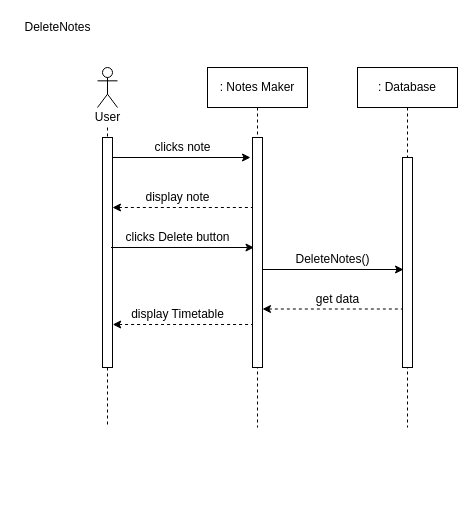
Earlier version of the draw.io diagram page "Page-4" (4 of 5) of NotesMaker.drawio (FaizAnuar/ashisu). Source tidied: cells renumbered, new cells numbered last; positions are measured from the earlier drawing's top-left corner, leaving out a move shared by most shapes. Both pictures are drawn from the tidied source at 100%, with x=0, y=0 at pixel (17, 17).
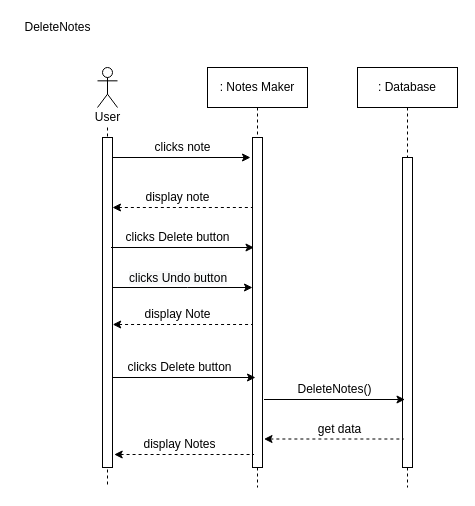
After the change.

The change refers to these unchanged cells:
```xml
<mxCell id="4" value=": Notes Maker" style="rounded=0;whiteSpace=wrap;html=1;" parent="1" vertex="1">
  <mxGeometry x="190" y="50" width="100" height="40" as="geometry" />
</mxCell>
<mxCell id="6" value=": Database" style="rounded=0;whiteSpace=wrap;html=1;" parent="1" vertex="1">
  <mxGeometry x="340" y="50" width="100" height="40" as="geometry" />
</mxCell>
<mxCell id="10" value="User" style="text;html=1;align=center;verticalAlign=middle;points=[];strokeColor=none;" parent="1" vertex="1">
  <mxGeometry x="70" y="90" width="40" height="20" as="geometry" />
</mxCell>
```

What changed in the source:
```diff
@@
     <mxCell id="2" style="edgeStyle=orthogonalEdgeStyle;rounded=0;jettySize=auto;html=1;endArrow=none;endFill=0;dashed=1;" parent="1" edge="1" source="10">
       <mxGeometry relative="1" as="geometry">
-        <mxPoint x="90" y="410" as="targetPoint" />
+        <mxPoint x="90" y="470" as="targetPoint" />
       </mxGeometry>
     </mxCell>
@@
     <mxCell id="5" style="edgeStyle=orthogonalEdgeStyle;rounded=0;jettySize=auto;html=1;endArrow=none;endFill=0;dashed=1;" parent="1" edge="1" source="6">
       <mxGeometry relative="1" as="geometry">
-        <mxPoint x="390" y="410" as="targetPoint" />
+        <mxPoint x="390" y="470" as="targetPoint" />
       </mxGeometry>
     </mxCell>
@@
     <mxCell id="9" style="html=1;perimeter=orthogonalPerimeter;fillColor=#ffffff;" parent="1" vertex="1">
-      <mxGeometry x="385" y="140" width="10" height="210" as="geometry" />
+      <mxGeometry x="385" y="140" width="10" height="310" as="geometry" />
     </mxCell>
@@
     <mxCell id="12" style="edgeStyle=orthogonalEdgeStyle;rounded=0;jettySize=auto;html=1;endArrow=none;endFill=0;dashed=1;" parent="1" edge="1" source="4">
       <mxGeometry relative="1" as="geometry">
-        <mxPoint x="240" y="410" as="targetPoint" />
+        <mxPoint x="240" y="470" as="targetPoint" />
         <Array as="points">
           <mxPoint x="240" y="180" />
           <mxPoint x="240" y="180" />
         </Array>
       </mxGeometry>
     </mxCell>
@@
-    <mxCell id="14" style="endArrow=classic;html=1;" parent="1" edge="1">
-      <mxGeometry relative="1" as="geometry">
-        <mxPoint x="245" y="252" as="sourcePoint" />
-        <mxPoint x="386" y="252" as="targetPoint" />
-      </mxGeometry>
-    </mxCell>
-    <mxCell id="15" value="DeleteNotes()" style="text;html=1;align=center;verticalAlign=middle;strokeColor=none;" parent="1" vertex="1">
-      <mxGeometry x="270" y="232" width="90" height="20" as="geometry" />
-    </mxCell>
@@
+    <mxCell id="29" style="edgeStyle=orthogonalEdgeStyle;rounded=0;jettySize=auto;html=1;startArrow=classic;startFill=1;endArrow=none;endFill=0;" parent="1" edge="1" source="20" target="21">
+      <mxGeometry relative="1" as="geometry">
+        <Array as="points">
+          <mxPoint x="170" y="270" />
+          <mxPoint x="170" y="270" />
+        </Array>
+      </mxGeometry>
+    </mxCell>
     <mxCell id="20" style="html=1;points=[];perimeter=orthogonalPerimeter;fillColor=#FFFFFF;" parent="1" vertex="1">
-      <mxGeometry x="235" y="120" width="10" height="230" as="geometry" />
+      <mxGeometry x="235" y="120" width="10" height="330" as="geometry" />
     </mxCell>
     <mxCell id="21" style="html=1;points=[];perimeter=orthogonalPerimeter;fillColor=#ffffff;" parent="1" vertex="1">
-      <mxGeometry x="85" y="120" width="10" height="230" as="geometry" />
+      <mxGeometry x="85" y="120" width="10" height="330" as="geometry" />
     </mxCell>
-    <mxCell id="22" style="endArrow=none;html=1;entryX=-0.02;entryY=0.222;entryDx=0;entryDy=0;entryPerimeter=0;startArrow=classic;startFill=1;endFill=0;dashed=1;" parent="1" edge="1">
-      <mxGeometry relative="1" as="geometry">
-        <mxPoint x="245" y="291.5" as="sourcePoint" />
-        <mxPoint x="384.8" y="291.5" as="targetPoint" />
-      </mxGeometry>
-    </mxCell>
-    <mxCell id="23" value="get data" style="text;html=1;align=center;verticalAlign=middle;strokeColor=none;" parent="1" vertex="1">
-      <mxGeometry x="290" y="272" width="60" height="20" as="geometry" />
-    </mxCell>
@@
-    <mxCell id="27" value="display Timetable" style="text;html=1;align=center;verticalAlign=middle;strokeColor=none;" parent="1" vertex="1">
-      <mxGeometry x="105" y="287" width="110" height="20" as="geometry" />
+    <mxCell id="27" value="display Note" style="text;html=1;align=center;verticalAlign=middle;strokeColor=none;" parent="1" vertex="1">
+      <mxGeometry x="120" y="287" width="80" height="20" as="geometry" />
     </mxCell>
@@
+    <mxCell id="30" style="endArrow=classic;html=1;" parent="1" edge="1">
+      <mxGeometry relative="1" as="geometry">
+        <mxPoint x="246.5" y="382" as="sourcePoint" />
+        <mxPoint x="387.5" y="382" as="targetPoint" />
+      </mxGeometry>
+    </mxCell>
+    <mxCell id="15" value="DeleteNotes()" style="text;html=1;align=center;verticalAlign=middle;strokeColor=none;" parent="1" vertex="1">
+      <mxGeometry x="271.5" y="362" width="90" height="20" as="geometry" />
+    </mxCell>
+    <mxCell id="31" style="endArrow=none;html=1;entryX=-0.02;entryY=0.222;entryDx=0;entryDy=0;entryPerimeter=0;startArrow=classic;startFill=1;endFill=0;dashed=1;" parent="1" edge="1">
+      <mxGeometry relative="1" as="geometry">
+        <mxPoint x="246.5" y="421.5" as="sourcePoint" />
+        <mxPoint x="386.3" y="421.5" as="targetPoint" />
+      </mxGeometry>
+    </mxCell>
+    <mxCell id="23" value="get data" style="text;html=1;align=center;verticalAlign=middle;strokeColor=none;" parent="1" vertex="1">
+      <mxGeometry x="291.5" y="402" width="60" height="20" as="geometry" />
+    </mxCell>
+    <mxCell id="32" style="endArrow=classic;html=1;" parent="1" edge="1">
+      <mxGeometry relative="1" as="geometry">
+        <mxPoint x="95" y="360" as="sourcePoint" />
+        <mxPoint x="238" y="360" as="targetPoint" />
+      </mxGeometry>
+    </mxCell>
+    <mxCell id="33" value="clicks Delete button" style="text;html=1;align=center;verticalAlign=middle;strokeColor=none;" parent="1" vertex="1">
+      <mxGeometry x="101.5" y="340" width="120" height="20" as="geometry" />
+    </mxCell>
+    <mxCell id="34" style="endArrow=none;html=1;entryX=-0.02;entryY=0.222;entryDx=0;entryDy=0;entryPerimeter=0;startArrow=classic;startFill=1;endFill=0;dashed=1;" parent="1" edge="1">
+      <mxGeometry relative="1" as="geometry">
+        <mxPoint x="96.7" y="437" as="sourcePoint" />
+        <mxPoint x="236.5" y="437" as="targetPoint" />
+      </mxGeometry>
+    </mxCell>
+    <mxCell id="35" value="display Notes" style="text;html=1;align=center;verticalAlign=middle;strokeColor=none;" parent="1" vertex="1">
+      <mxGeometry x="116.5" y="417" width="90" height="20" as="geometry" />
+    </mxCell>
+    <mxCell id="36" value="&lt;span style=&quot;color: rgb(0 , 0 , 0) ; font-family: &amp;#34;helvetica&amp;#34; ; font-size: 12px ; font-style: normal ; font-weight: 400 ; letter-spacing: normal ; text-align: center ; text-indent: 0px ; text-transform: none ; word-spacing: 0px ; background-color: rgb(248 , 249 , 250) ; display: inline ; float: none&quot;&gt;clicks Undo button&lt;/span&gt;" style="text;whiteSpace=wrap;html=1;" parent="1" vertex="1">
+      <mxGeometry x="110" y="247" width="130" height="30" as="geometry" />
+    </mxCell>
```
